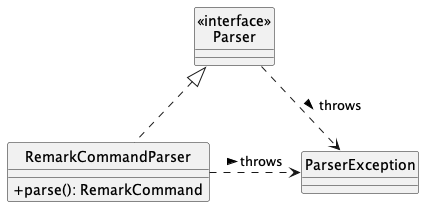
Earlier version of the PlantUML export tutorials/images/add-remark/ParserClass.png (se-edu/guides). Its source is kept beside it as tutorials/images/add-remark/ParserClass.puml.
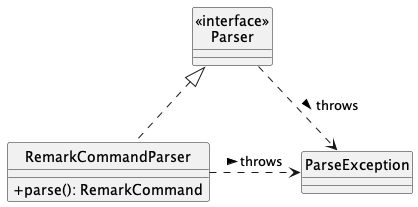
Later version of the same file.

Change to the diagram source:
```diff
@@ -6,9 +6,9 @@
 Class RemarkCommandParser {
   +parse(): RemarkCommand
 }
-Class ParserException
+Class ParseException
 
 RemarkCommandParser .up.|> Parser
-Parser .right.> ParserException: throws >
-RemarkCommandParser .right.> ParserException: throws >
+Parser .right.> ParseException: throws >
+RemarkCommandParser .right.> ParseException: throws >
 @enduml
```
